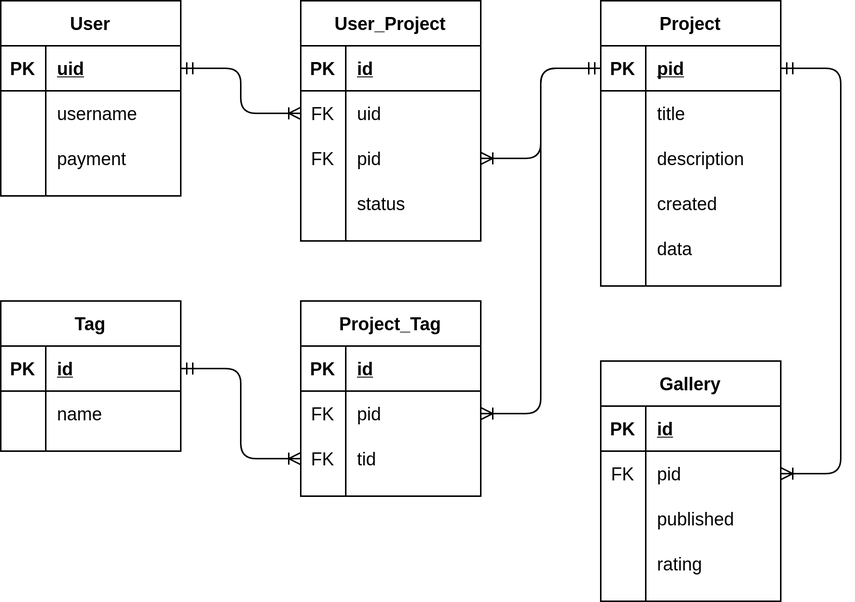
The draw.io diagram diagrams/db.png in AndreasAtakan/GeoTales, before a commit. Source tidied: cells renumbered, new cells last; positions are measured from the earlier drawing's top-left corner, leaving out a move shared by most shapes.
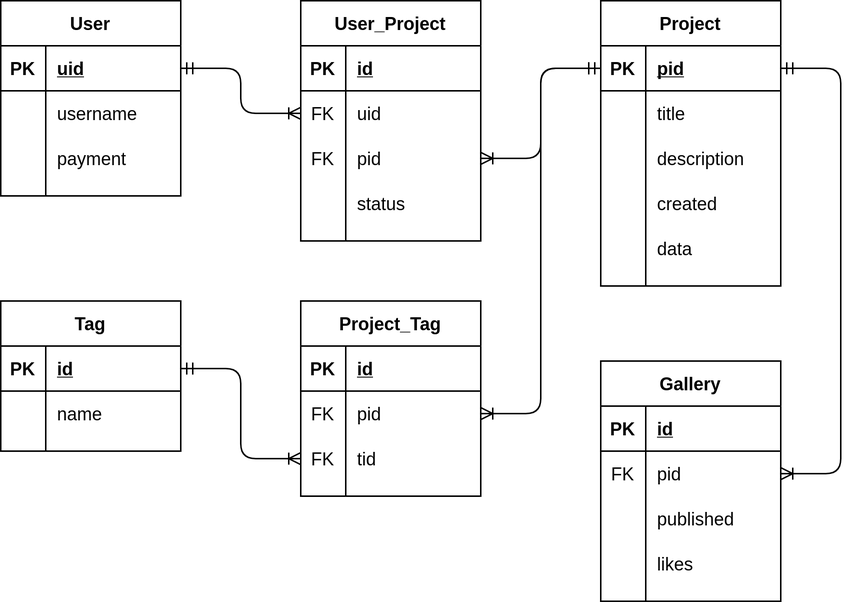
After the commit.

Diff of the diagram source:
```diff
@@ -161,7 +161,7 @@
     <mxCell id="54" style="shape=partialRectangle;fillColor=none;top=0;left=0;bottom=0;right=0;overflow=hidden;" parent="53" vertex="1">
       <mxGeometry width="30" height="30" as="geometry" />
     </mxCell>
-    <mxCell id="55" value="rating" style="shape=partialRectangle;fillColor=none;top=0;left=0;bottom=0;right=0;align=left;spacingLeft=6;overflow=hidden;" parent="53" vertex="1">
+    <mxCell id="55" value="likes" style="shape=partialRectangle;fillColor=none;top=0;left=0;bottom=0;right=0;align=left;spacingLeft=6;overflow=hidden;" parent="53" vertex="1">
       <mxGeometry x="30" width="90" height="30" as="geometry" />
     </mxCell>
     <mxCell id="56" style="edgeStyle=orthogonalEdgeStyle;fontSize=12;html=1;endArrow=ERoneToMany;startArrow=ERmandOne;" parent="1" edge="1" source="26" target="47">
```
